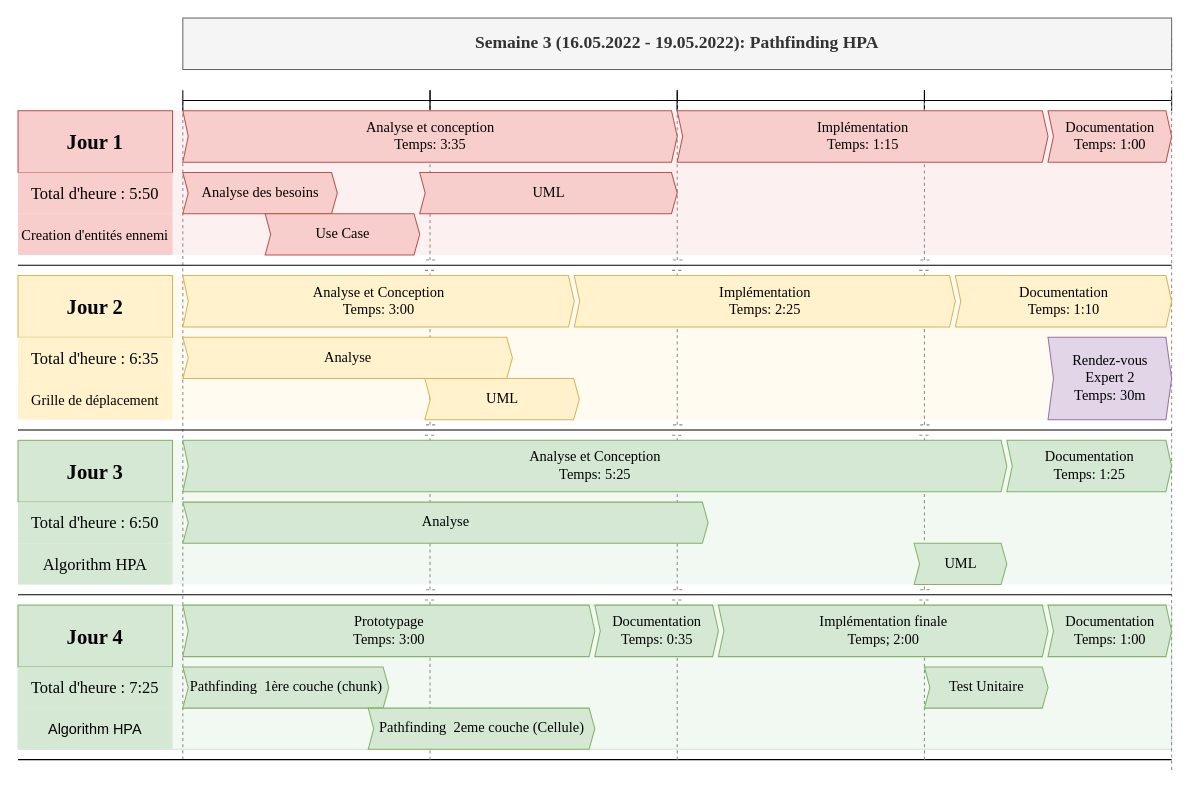
Above: Assets/Documentation/Planification/FlorianDuruz_PlanningSemaine3_CastleDefense.drawio in Cat-du-Fromage/TPI_CastleDefense (draw.io), before the change. Source tidied: cells renumbered, new cells numbered last; positions are measured from the earlier drawing's top-left corner, leaving out a move shared by most shapes. Both pictures are drawn from the tidied source at 103%, with x=0, y=0 at pixel (18, 18).
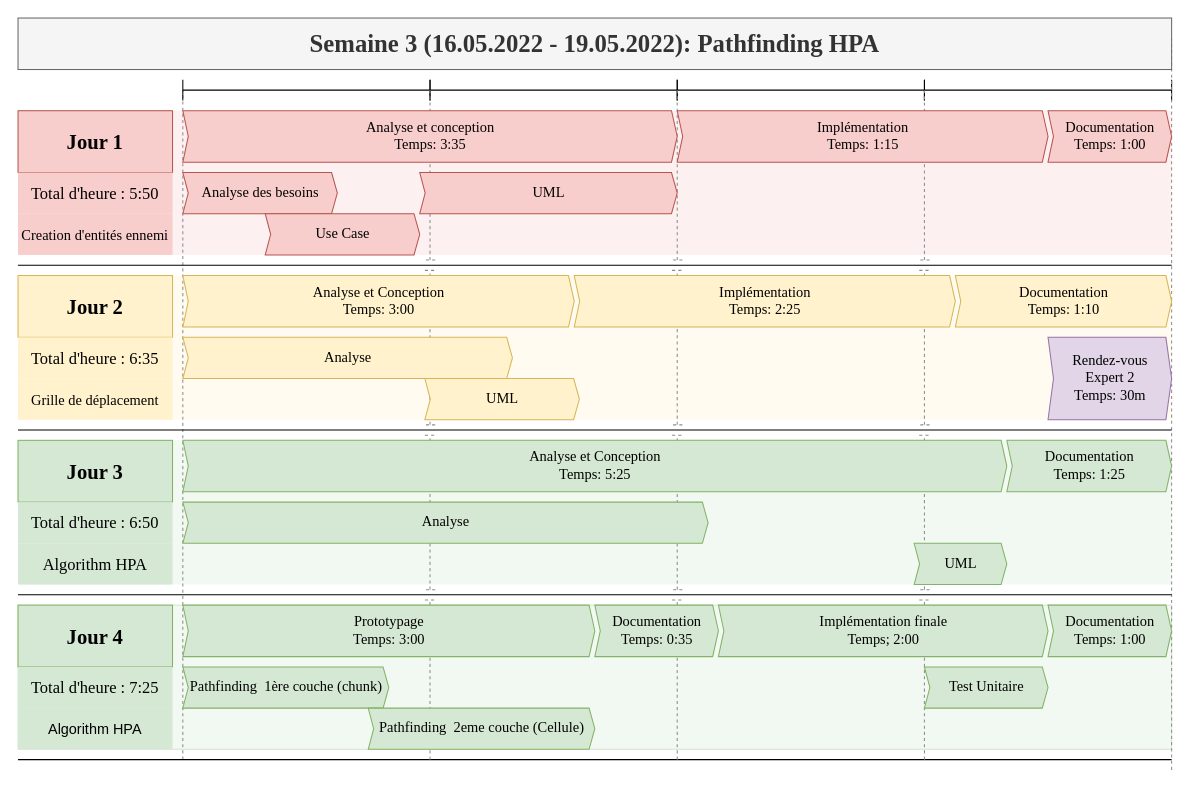
After the change.

The edit, as a diff of the source:
```diff
@@
     <mxCell id="7" style="shape=crossbar;whiteSpace=wrap;html=1;rounded=1;" parent="6" vertex="1">
-      <mxGeometry x="880" y="70" width="240" height="20" as="geometry" />
+      <mxGeometry x="880" y="60" width="240" height="20" as="geometry" />
     </mxCell>
@@
     <mxCell id="13" style="shape=crossbar;whiteSpace=wrap;html=1;rounded=1;" parent="6" vertex="1">
-      <mxGeometry x="640" y="70" width="240" height="20" as="geometry" />
+      <mxGeometry x="640" y="60" width="240" height="20" as="geometry" />
     </mxCell>
     <mxCell id="14" style="shape=crossbar;whiteSpace=wrap;html=1;rounded=1;" parent="6" vertex="1">
-      <mxGeometry x="400" y="70" width="240" height="20" as="geometry" />
+      <mxGeometry x="400" y="60" width="240" height="20" as="geometry" />
     </mxCell>
     <mxCell id="15" style="shape=crossbar;whiteSpace=wrap;html=1;rounded=1;" parent="6" vertex="1">
-      <mxGeometry x="160" y="70" width="240" height="20" as="geometry" />
+      <mxGeometry x="160" y="60" width="240" height="20" as="geometry" />
     </mxCell>
@@
-    <mxCell id="38" value="Semaine 3 (16.05.2022 - 19.05.2022): Pathfinding HPA" style="rounded=0;whiteSpace=wrap;html=1;fillColor=#f5f5f5;strokeColor=#666666;fontSize=17;fontStyle=1;fontColor=#333333;fontFamily=Times New Roman;" parent="21" vertex="1">
-      <mxGeometry x="160" width="960" height="50" as="geometry" />
+    <mxCell id="38" value="Semaine 3 (16.05.2022 - 19.05.2022): Pathfinding HPA" style="rounded=0;whiteSpace=wrap;html=1;fillColor=#f5f5f5;strokeColor=#666666;fontSize=24;fontStyle=1;fontColor=#333333;fontFamily=Times New Roman;" parent="21" vertex="1">
+      <mxGeometry width="1120" height="50" as="geometry" />
     </mxCell>
```
